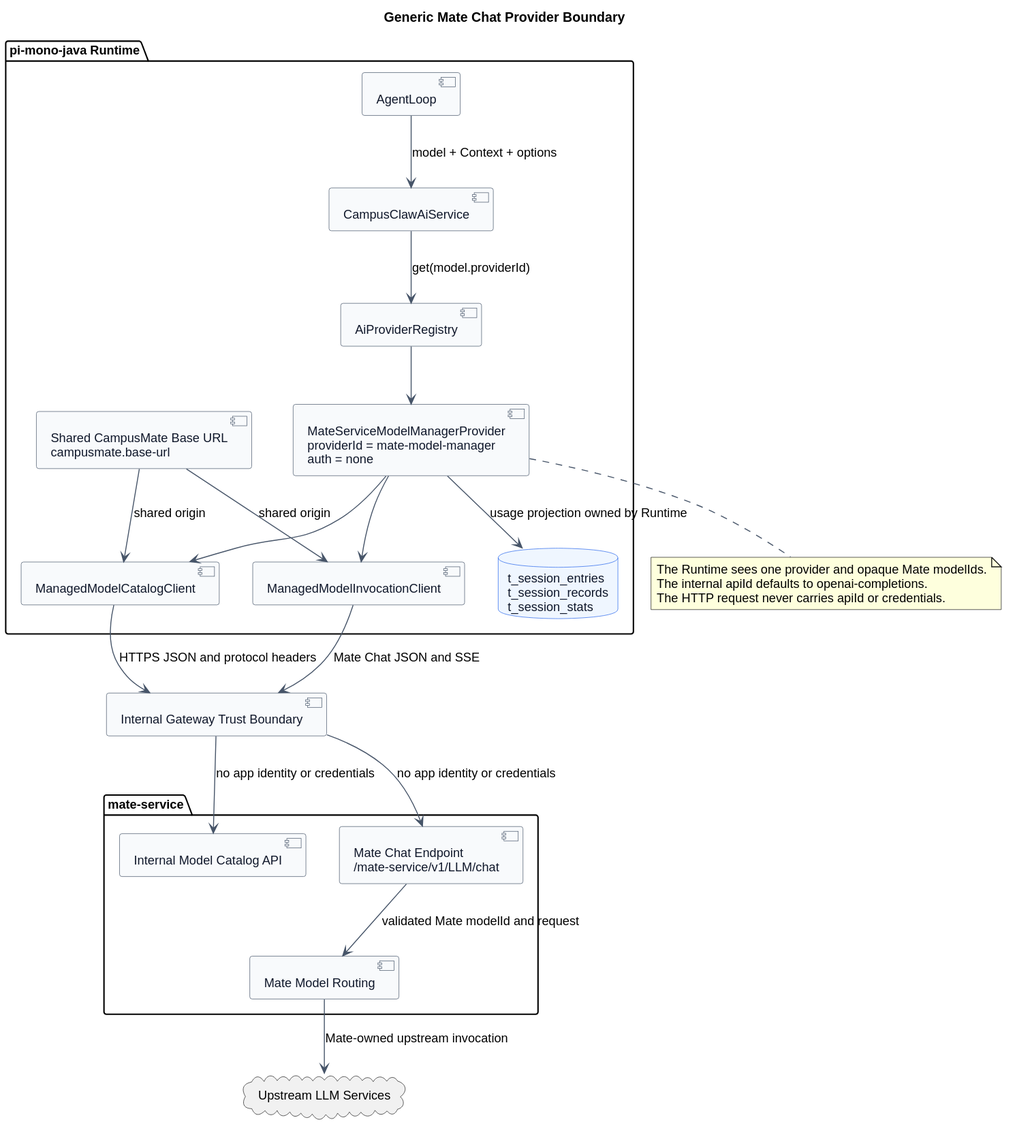
Above: model-manager-provider-contract/generic_provider_boundary.svg in ssm0808/pi-mono-java-design (PlantUML), before the change.
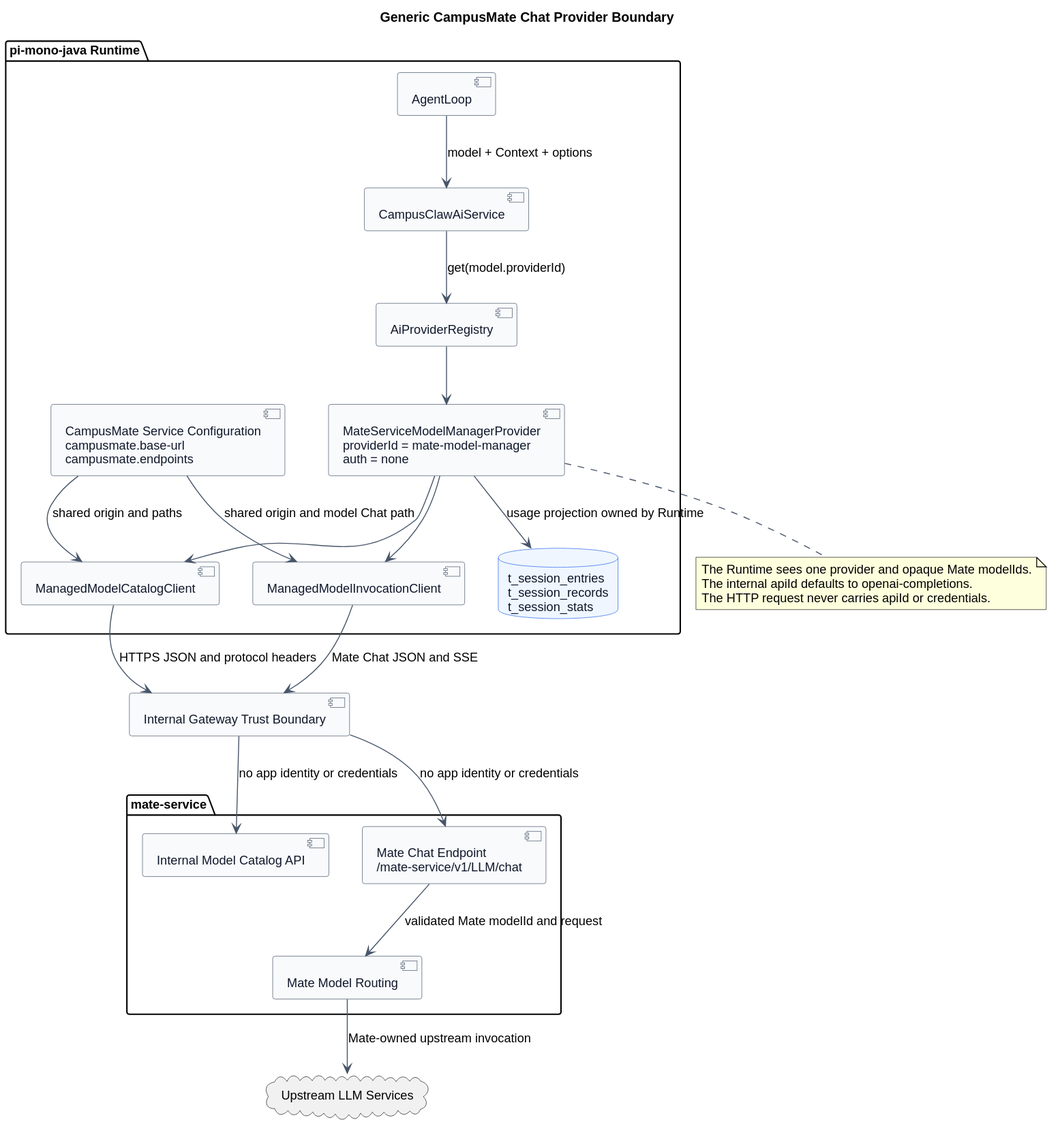
After the change.

Commit message:
docs(campusmate): 统一配置与端点目录

What changed in the source:
```diff
@@ -1,5 +1,5 @@
 @startuml
-title Generic Mate Chat Provider Boundary
+title Generic CampusMate Chat Provider Boundary
 
 
 skinparam backgroundColor #FFFFFF
@@ -19,7 +19,7 @@
 skinparam ArrowColor #475569
 
 package "pi-mono-java Runtime" {
-  [Shared CampusMate Base URL\ncampusmate.base-url] as CampusMateBaseUrl
+  [CampusMate Service Configuration\ncampusmate.base-url\ncampusmate.endpoints] as CampusMateConfig
   [AgentLoop] as Loop
   [CampusClawAiService] as AiService
   [AiProviderRegistry] as Registry
@@ -43,8 +43,8 @@
 Registry --> GenericProvider
 GenericProvider --> CatalogClient
 GenericProvider --> InvocationClient
-CampusMateBaseUrl --> CatalogClient : shared origin
-CampusMateBaseUrl --> InvocationClient : shared origin
+CampusMateConfig --> CatalogClient : shared origin and paths
+CampusMateConfig --> InvocationClient : shared origin and model Chat path
 GenericProvider --> SessionStore : usage projection owned by Runtime
 CatalogClient --> Gateway : HTTPS JSON and protocol headers
 InvocationClient --> Gateway : Mate Chat JSON and SSE
```
